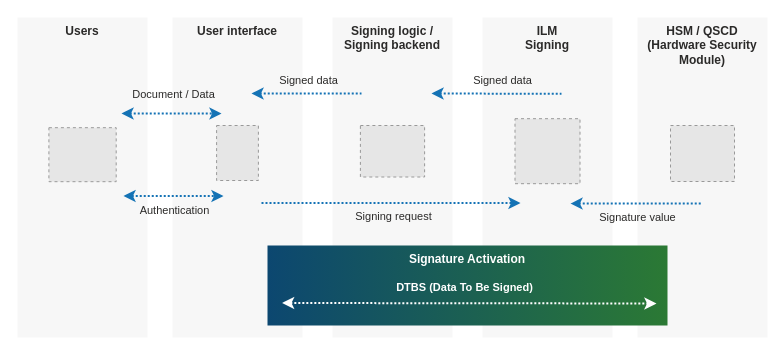
Before: page "SignServer SCAL1" (4 of 4) of docs/assets/sam-integration/SCAL.drawio in OmniTrustILM/documentation, a draw.io diagram. Source tidied: cells renumbered, new cells numbered last; positions are measured from the earlier drawing's top-left corner, leaving out a move shared by most shapes. Both pictures are drawn from the tidied source at 100%, with x=0, y=0 at pixel (17, 17). Pictures stored in the file or linked from it are replaced by grey dashed boxes.
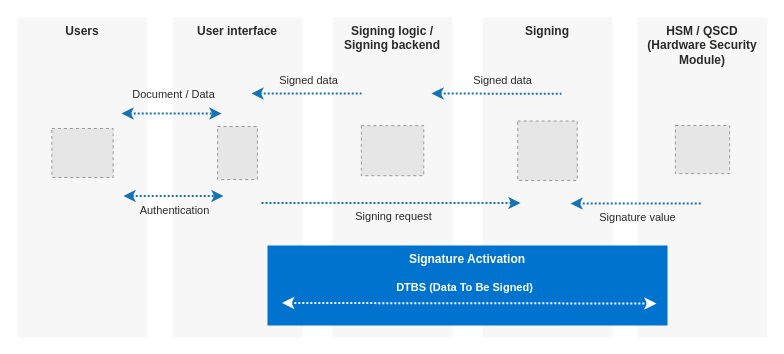
The same diagram, later.

Change to the diagram source:
```diff
@@
-    <mxCell id="4" value="ILM&lt;br&gt;Signing" style="rounded=0;whiteSpace=wrap;html=1;fontFamily=Arial;fontColor=#2b2a29;verticalAlign=top;strokeColor=none;fillColor=#F7F7F7;fontStyle=1;" parent="1" vertex="1">
+    <mxCell id="4" value="Signing" style="rounded=0;whiteSpace=wrap;html=1;fontFamily=Arial;fontColor=#2b2a29;verticalAlign=top;strokeColor=none;fillColor=#F7F7F7;fontStyle=1;" parent="1" vertex="1">
       <mxGeometry x="465" width="130" height="320" as="geometry" />
     </mxCell>
@@
-    <mxCell id="13" value="Signature Activation" style="rounded=0;whiteSpace=wrap;html=1;fontFamily=Arial;verticalAlign=top;strokeColor=none;fillColor=#2B7934;fontColor=#FFFFFF;gradientColor=#0C4770;gradientDirection=west;fontStyle=1;" parent="1" vertex="1">
+    <mxCell id="13" value="Signature Activation" style="rounded=0;whiteSpace=wrap;html=1;fontFamily=Arial;verticalAlign=top;strokeColor=none;fillColor=#0073CF;fontColor=#FFFFFF;gradientColor=none;gradientDirection=west;fontStyle=1;" parent="1" vertex="1">
       <mxGeometry x="250" y="228" width="400" height="80" as="geometry" />
     </mxCell>
@@
-    <mxCell id="22" style="fillColor=#E6E6E6;strokeColor=#999999;dashed=1;verticalLabelPosition=bottom;labelBackgroundColor=default;verticalAlign=top;fontFamily=Arial;" parent="1" vertex="1">
-      <mxGeometry x="31.4" y="110.2" width="67.3" height="54" as="geometry" />
-    </mxCell>
-    <mxCell id="23" style="fillColor=#E6E6E6;strokeColor=#999999;dashed=1;verticalLabelPosition=bottom;labelBackgroundColor=default;verticalAlign=top;fontFamily=Arial;" parent="1" vertex="1">
-      <mxGeometry x="199.1" y="108" width="41.8" height="55" as="geometry" />
-    </mxCell>
-    <mxCell id="24" style="fillColor=#E6E6E6;strokeColor=#999999;dashed=1;verticalLabelPosition=bottom;labelBackgroundColor=default;verticalAlign=top;fontFamily=Arial;" parent="1" vertex="1">
-      <mxGeometry x="342.9" y="108" width="64.2" height="51.5" as="geometry" />
-    </mxCell>
-    <mxCell id="25" style="fillColor=#E6E6E6;strokeColor=#999999;dashed=1;verticalLabelPosition=bottom;labelBackgroundColor=default;verticalAlign=top;fontFamily=Arial;" parent="1" vertex="1">
-      <mxGeometry x="497.5" y="101.2" width="65" height="65" as="geometry" />
-    </mxCell>
-    <mxCell id="26" style="fillColor=#E6E6E6;strokeColor=#999999;dashed=1;verticalLabelPosition=bottom;labelBackgroundColor=default;verticalAlign=top;fontFamily=Arial;" parent="1" vertex="1">
-      <mxGeometry x="653" y="108" width="64" height="56" as="geometry" />
-    </mxCell>
+    <mxCell id="27" style="fillColor=#E6E6E6;strokeColor=#999999;dashed=1;verticalLabelPosition=bottom;labelBackgroundColor=default;verticalAlign=top;" parent="1" vertex="1">
+      <mxGeometry x="500.2" y="103.5" width="59.5" height="59.5" as="geometry" />
+    </mxCell>
+    <mxCell id="28" style="fillColor=#E6E6E6;strokeColor=#999999;dashed=1;verticalLabelPosition=bottom;labelBackgroundColor=default;verticalAlign=top;" parent="1" vertex="1">
+      <mxGeometry x="34.4" y="111" width="61.2" height="49" as="geometry" />
+    </mxCell>
+    <mxCell id="29" style="fillColor=#E6E6E6;strokeColor=#999999;dashed=1;verticalLabelPosition=bottom;labelBackgroundColor=default;verticalAlign=top;" parent="1" vertex="1">
+      <mxGeometry x="343.8" y="108.2" width="62.5" height="50" as="geometry" />
+    </mxCell>
+    <mxCell id="30" style="fillColor=#E6E6E6;strokeColor=#999999;dashed=1;verticalLabelPosition=bottom;labelBackgroundColor=default;verticalAlign=top;" parent="1" vertex="1">
+      <mxGeometry x="657.9" y="108" width="54.3" height="48.2" as="geometry" />
+    </mxCell>
+    <mxCell id="31" style="fillColor=#E6E6E6;strokeColor=#999999;dashed=1;verticalLabelPosition=bottom;labelBackgroundColor=default;verticalAlign=top;" parent="1" vertex="1">
+      <mxGeometry x="200.1" y="109" width="39.8" height="53" as="geometry" />
+    </mxCell>
```
